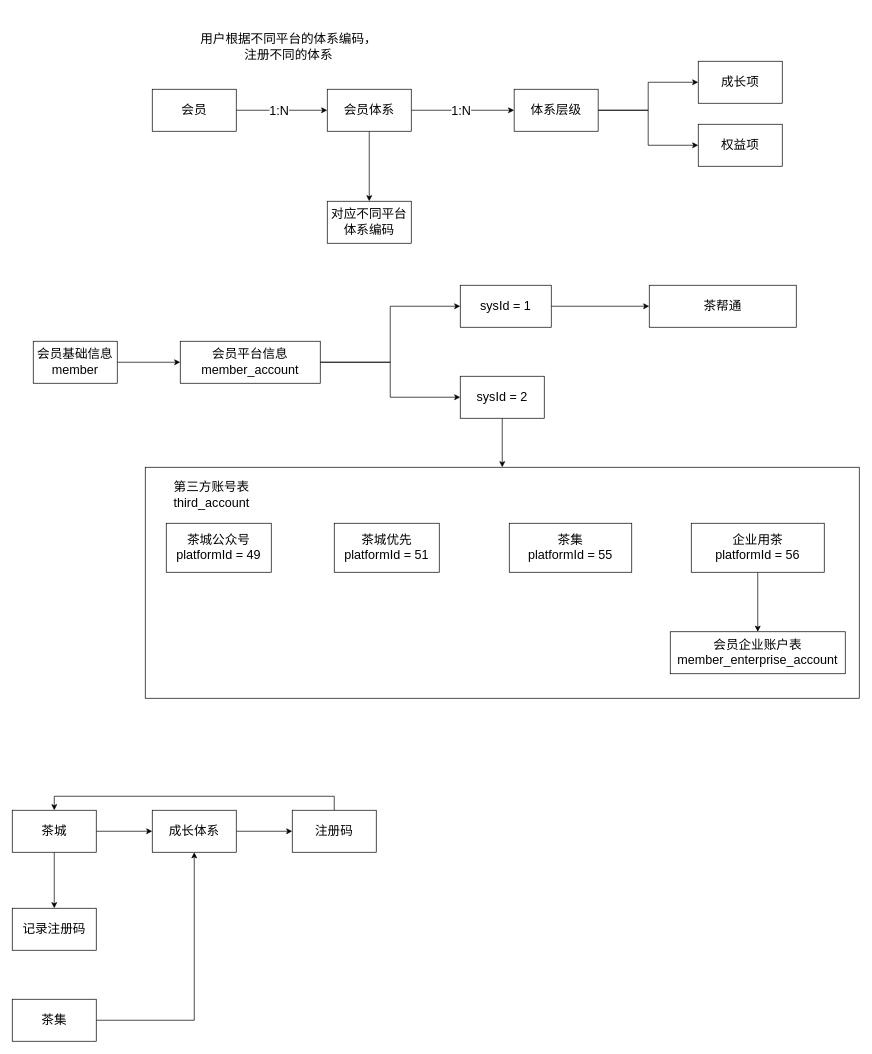
Before: page "会员成长体系" (5 of 7) of 醉品系统业务流程.drawio in linbingxing/mind, a draw.io diagram. Source tidied: cells renumbered, new cells numbered last; positions are measured from the earlier drawing's top-left corner, leaving out a move shared by most shapes. Both pictures are drawn from the tidied source at 70%, with x=0, y=0 at pixel (12, 12).
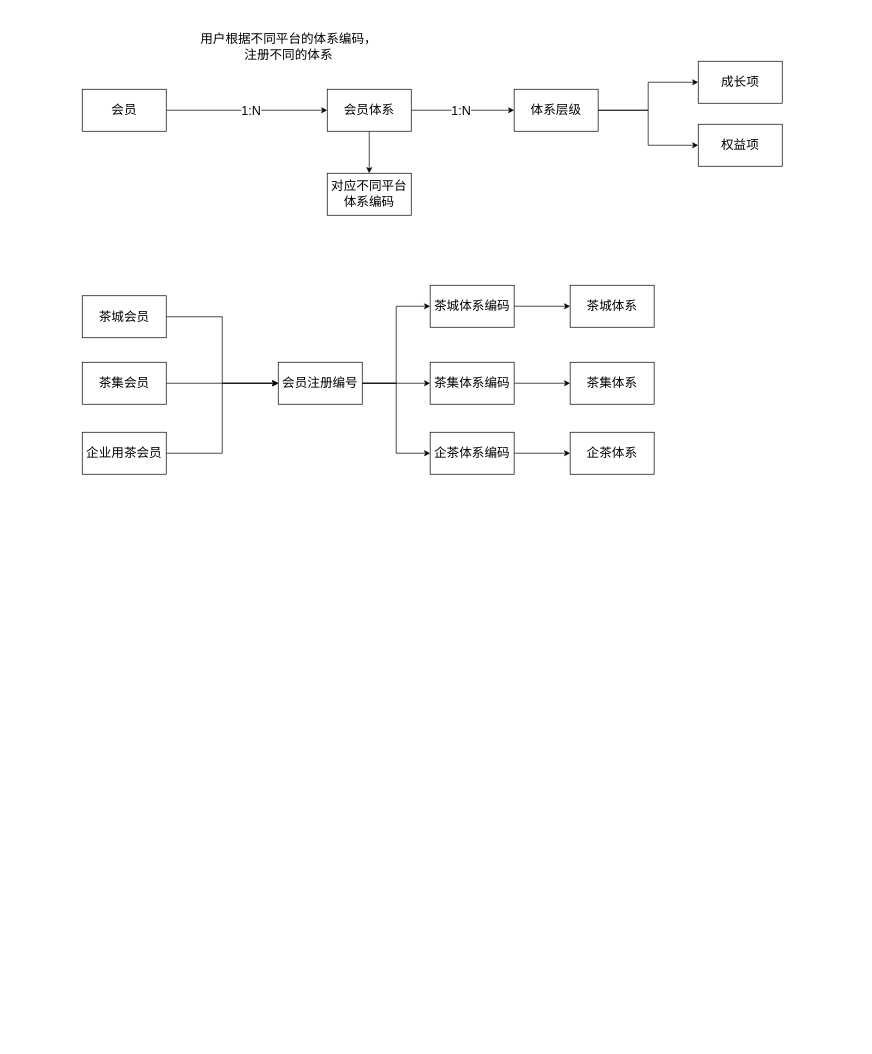
Above is the later version.

Commit message:
更新醉品系统业务流程.drawio

Diff of the diagram source:
```diff
@@
-    <mxCell id="2" style="rounded=0;whiteSpace=wrap;html=1;fontSize=18;" parent="1" vertex="1">
-      <mxGeometry x="190" y="650" width="1020" height="330" as="geometry" />
-    </mxCell>
@@
     <mxCell id="5" value="会员" style="rounded=0;whiteSpace=wrap;html=1;fontSize=18;" parent="1" vertex="1">
-      <mxGeometry x="200" y="110" width="120" height="60" as="geometry" />
+      <mxGeometry x="100" y="110" width="120" height="60" as="geometry" />
     </mxCell>
@@
     <mxCell id="15" value="对应不同平台&lt;br&gt;体系编码" style="whiteSpace=wrap;html=1;fontSize=18;rounded=0;" parent="1" vertex="1">
-      <mxGeometry x="450" y="270" width="120" height="60" as="geometry" />
+      <mxGeometry x="450" y="230" width="120" height="60" as="geometry" />
     </mxCell>
@@
-    <mxCell id="17" style="edgeStyle=orthogonalEdgeStyle;rounded=0;jettySize=auto;html=1;fontSize=18;" parent="1" edge="1" source="18" target="21">
-      <mxGeometry relative="1" as="geometry" />
-    </mxCell>
-    <mxCell id="18" value="会员基础信息&lt;br&gt;member" style="rounded=0;whiteSpace=wrap;html=1;fontSize=18;" parent="1" vertex="1">
-      <mxGeometry x="30" y="470" width="120" height="60" as="geometry" />
-    </mxCell>
-    <mxCell id="19" style="edgeStyle=orthogonalEdgeStyle;rounded=0;jettySize=auto;html=1;entryX=0;entryY=0.5;entryDx=0;entryDy=0;fontSize=18;" parent="1" edge="1" source="21" target="28">
-      <mxGeometry relative="1" as="geometry" />
-    </mxCell>
-    <mxCell id="20" style="edgeStyle=orthogonalEdgeStyle;rounded=0;jettySize=auto;html=1;fontSize=18;" parent="1" edge="1" source="21" target="30">
-      <mxGeometry relative="1" as="geometry" />
-    </mxCell>
-    <mxCell id="21" value="会员平台信息&lt;br&gt;member_account" style="rounded=0;whiteSpace=wrap;html=1;fontSize=18;" parent="1" vertex="1">
-      <mxGeometry x="240" y="470" width="200" height="60" as="geometry" />
-    </mxCell>
-    <mxCell id="22" value="茶帮通&lt;br&gt;" style="whiteSpace=wrap;html=1;fontSize=18;rounded=0;" parent="1" vertex="1">
-      <mxGeometry x="910" y="390" width="210" height="60" as="geometry" />
-    </mxCell>
-    <mxCell id="23" style="edgeStyle=orthogonalEdgeStyle;rounded=0;jettySize=auto;html=1;fontSize=18;" parent="1" edge="1" source="24" target="33">
-      <mxGeometry relative="1" as="geometry" />
-    </mxCell>
-    <mxCell id="24" value="企业用茶&lt;br&gt;platformId = 56" style="whiteSpace=wrap;html=1;fontSize=18;rounded=0;" parent="1" vertex="1">
-      <mxGeometry x="970" y="730" width="190" height="70" as="geometry" />
-    </mxCell>
-    <mxCell id="25" value="茶集&lt;br&gt;platformId = 55" style="whiteSpace=wrap;html=1;fontSize=18;rounded=0;" parent="1" vertex="1">
-      <mxGeometry x="710" y="730" width="175" height="70" as="geometry" />
-    </mxCell>
-    <mxCell id="26" value="茶城公众号&lt;br&gt;platformId = 49" style="whiteSpace=wrap;html=1;fontSize=18;rounded=0;" parent="1" vertex="1">
-      <mxGeometry x="220" y="730" width="150" height="70" as="geometry" />
-    </mxCell>
-    <mxCell id="27" style="edgeStyle=orthogonalEdgeStyle;rounded=0;jettySize=auto;html=1;entryX=0;entryY=0.5;entryDx=0;entryDy=0;fontSize=18;" parent="1" edge="1" source="28" target="22">
-      <mxGeometry relative="1" as="geometry" />
-    </mxCell>
-    <mxCell id="28" value="sysId = 1" style="rounded=0;whiteSpace=wrap;html=1;fontSize=18;" parent="1" vertex="1">
-      <mxGeometry x="640" y="390" width="130" height="60" as="geometry" />
-    </mxCell>
-    <mxCell id="29" style="edgeStyle=orthogonalEdgeStyle;rounded=0;jettySize=auto;html=1;entryX=0.5;entryY=0;entryDx=0;entryDy=0;fontSize=18;" parent="1" edge="1" source="30" target="2">
-      <mxGeometry relative="1" as="geometry" />
-    </mxCell>
-    <mxCell id="30" value="sysId = 2" style="rounded=0;whiteSpace=wrap;html=1;fontSize=18;" parent="1" vertex="1">
-      <mxGeometry x="640" y="520" width="120" height="60" as="geometry" />
-    </mxCell>
-    <mxCell id="31" value="第三方账号表&lt;br&gt;third_account" style="text;html=1;strokeColor=none;fillColor=none;align=center;verticalAlign=middle;whiteSpace=wrap;rounded=0;fontSize=18;" parent="1" vertex="1">
-      <mxGeometry x="210" y="660" width="150" height="60" as="geometry" />
-    </mxCell>
-    <mxCell id="32" value="茶城优先&lt;br&gt;platformId = 51" style="whiteSpace=wrap;html=1;fontSize=18;rounded=0;" parent="1" vertex="1">
-      <mxGeometry x="460" y="730" width="150" height="70" as="geometry" />
-    </mxCell>
-    <mxCell id="33" value="会员企业账户表&lt;br&gt;member_enterprise_account" style="whiteSpace=wrap;html=1;fontSize=18;rounded=0;" parent="1" vertex="1">
-      <mxGeometry x="940" y="885" width="250" height="60" as="geometry" />
-    </mxCell>
-    <mxCell id="34" style="edgeStyle=orthogonalEdgeStyle;rounded=0;jettySize=auto;html=1;fontSize=18;" parent="1" edge="1" source="36" target="38">
-      <mxGeometry relative="1" as="geometry" />
-    </mxCell>
-    <mxCell id="35" style="edgeStyle=orthogonalEdgeStyle;rounded=0;jettySize=auto;html=1;fontSize=18;" parent="1" edge="1" source="36" target="41">
-      <mxGeometry relative="1" as="geometry" />
-    </mxCell>
-    <mxCell id="36" value="茶城" style="rounded=0;whiteSpace=wrap;html=1;fontSize=18;" parent="1" vertex="1">
-      <mxGeometry y="1140" width="120" height="60" as="geometry" />
-    </mxCell>
-    <mxCell id="37" style="edgeStyle=orthogonalEdgeStyle;rounded=0;jettySize=auto;html=1;fontSize=18;" parent="1" edge="1" source="38" target="40">
-      <mxGeometry relative="1" as="geometry" />
-    </mxCell>
-    <mxCell id="38" value="成长体系" style="rounded=0;whiteSpace=wrap;html=1;fontSize=18;" parent="1" vertex="1">
-      <mxGeometry x="200" y="1140" width="120" height="60" as="geometry" />
-    </mxCell>
-    <mxCell id="39" style="edgeStyle=orthogonalEdgeStyle;rounded=0;jettySize=auto;html=1;entryX=0.5;entryY=0;entryDx=0;entryDy=0;fontSize=18;" parent="1" edge="1" source="40" target="36">
-      <mxGeometry relative="1" as="geometry">
-        <Array as="points">
-          <mxPoint x="460" y="1120" />
-          <mxPoint x="60" y="1120" />
-        </Array>
-      </mxGeometry>
-    </mxCell>
-    <mxCell id="40" value="注册码" style="rounded=0;whiteSpace=wrap;html=1;fontSize=18;" parent="1" vertex="1">
-      <mxGeometry x="400" y="1140" width="120" height="60" as="geometry" />
-    </mxCell>
-    <mxCell id="41" value="记录注册码" style="whiteSpace=wrap;html=1;fontSize=18;rounded=0;" parent="1" vertex="1">
-      <mxGeometry y="1280" width="120" height="60" as="geometry" />
-    </mxCell>
-    <mxCell id="42" style="edgeStyle=orthogonalEdgeStyle;rounded=0;jettySize=auto;html=1;entryX=0.5;entryY=1;entryDx=0;entryDy=0;fontSize=18;" parent="1" edge="1" source="43" target="38">
-      <mxGeometry relative="1" as="geometry" />
-    </mxCell>
-    <mxCell id="43" value="茶集" style="rounded=0;whiteSpace=wrap;html=1;fontSize=18;" parent="1" vertex="1">
-      <mxGeometry y="1410" width="120" height="60" as="geometry" />
-    </mxCell>
+    <mxCell id="44" style="edgeStyle=orthogonalEdgeStyle;rounded=0;jettySize=auto;html=1;entryX=0;entryY=0.5;entryDx=0;entryDy=0;fontSize=18;" parent="1" edge="1" source="45" target="53">
+      <mxGeometry relative="1" as="geometry" />
+    </mxCell>
+    <mxCell id="45" value="茶城会员" style="rounded=0;whiteSpace=wrap;html=1;fontSize=18;" parent="1" vertex="1">
+      <mxGeometry x="100" y="405" width="120" height="60" as="geometry" />
+    </mxCell>
+    <mxCell id="46" style="edgeStyle=orthogonalEdgeStyle;rounded=0;jettySize=auto;html=1;fontSize=18;" parent="1" edge="1" source="47" target="53">
+      <mxGeometry relative="1" as="geometry" />
+    </mxCell>
+    <mxCell id="47" value="茶集会员" style="rounded=0;whiteSpace=wrap;html=1;fontSize=18;" parent="1" vertex="1">
+      <mxGeometry x="100" y="500" width="120" height="60" as="geometry" />
+    </mxCell>
+    <mxCell id="48" style="edgeStyle=orthogonalEdgeStyle;rounded=0;jettySize=auto;html=1;entryX=0;entryY=0.5;entryDx=0;entryDy=0;fontSize=18;" parent="1" edge="1" source="49" target="53">
+      <mxGeometry relative="1" as="geometry" />
+    </mxCell>
+    <mxCell id="49" value="企业用茶会员" style="rounded=0;whiteSpace=wrap;html=1;fontSize=18;" parent="1" vertex="1">
+      <mxGeometry x="100" y="600" width="120" height="60" as="geometry" />
+    </mxCell>
+    <mxCell id="50" style="edgeStyle=orthogonalEdgeStyle;rounded=0;jettySize=auto;html=1;entryX=0;entryY=0.5;entryDx=0;entryDy=0;fontSize=18;" parent="1" edge="1" source="53" target="55">
+      <mxGeometry relative="1" as="geometry" />
+    </mxCell>
+    <mxCell id="51" style="edgeStyle=orthogonalEdgeStyle;rounded=0;jettySize=auto;html=1;entryX=0;entryY=0.5;entryDx=0;entryDy=0;fontSize=18;" parent="1" edge="1" source="53" target="57">
+      <mxGeometry relative="1" as="geometry" />
+    </mxCell>
+    <mxCell id="52" style="edgeStyle=orthogonalEdgeStyle;rounded=0;jettySize=auto;html=1;entryX=0;entryY=0.5;entryDx=0;entryDy=0;fontSize=18;" parent="1" edge="1" source="53" target="59">
+      <mxGeometry relative="1" as="geometry" />
+    </mxCell>
+    <mxCell id="53" value="会员注册编号" style="rounded=0;whiteSpace=wrap;html=1;fontSize=18;" parent="1" vertex="1">
+      <mxGeometry x="380" y="500" width="120" height="60" as="geometry" />
+    </mxCell>
+    <mxCell id="54" style="edgeStyle=orthogonalEdgeStyle;rounded=0;jettySize=auto;html=1;fontSize=18;" parent="1" edge="1" source="55" target="60">
+      <mxGeometry relative="1" as="geometry" />
+    </mxCell>
+    <mxCell id="55" value="茶城体系编码" style="rounded=0;whiteSpace=wrap;html=1;fontSize=18;" parent="1" vertex="1">
+      <mxGeometry x="597" y="390" width="120" height="60" as="geometry" />
+    </mxCell>
+    <mxCell id="56" style="edgeStyle=orthogonalEdgeStyle;rounded=0;jettySize=auto;html=1;fontSize=18;" parent="1" edge="1" source="57" target="61">
+      <mxGeometry relative="1" as="geometry" />
+    </mxCell>
+    <mxCell id="57" value="茶集体系编码" style="rounded=0;whiteSpace=wrap;html=1;fontSize=18;" parent="1" vertex="1">
+      <mxGeometry x="597" y="500" width="120" height="60" as="geometry" />
+    </mxCell>
+    <mxCell id="58" style="edgeStyle=orthogonalEdgeStyle;rounded=0;jettySize=auto;html=1;fontSize=18;" parent="1" edge="1" source="59" target="62">
+      <mxGeometry relative="1" as="geometry" />
+    </mxCell>
+    <mxCell id="59" value="企茶体系编码" style="rounded=0;whiteSpace=wrap;html=1;fontSize=18;" parent="1" vertex="1">
+      <mxGeometry x="597" y="600" width="120" height="60" as="geometry" />
+    </mxCell>
+    <mxCell id="60" value="茶城体系" style="whiteSpace=wrap;html=1;fontSize=18;rounded=0;" parent="1" vertex="1">
+      <mxGeometry x="797" y="390" width="120" height="60" as="geometry" />
+    </mxCell>
+    <mxCell id="61" value="茶集体系" style="whiteSpace=wrap;html=1;fontSize=18;rounded=0;" parent="1" vertex="1">
+      <mxGeometry x="797" y="500" width="120" height="60" as="geometry" />
+    </mxCell>
+    <mxCell id="62" value="企茶体系" style="whiteSpace=wrap;html=1;fontSize=18;rounded=0;" parent="1" vertex="1">
+      <mxGeometry x="797" y="600" width="120" height="60" as="geometry" />
+    </mxCell>
```
